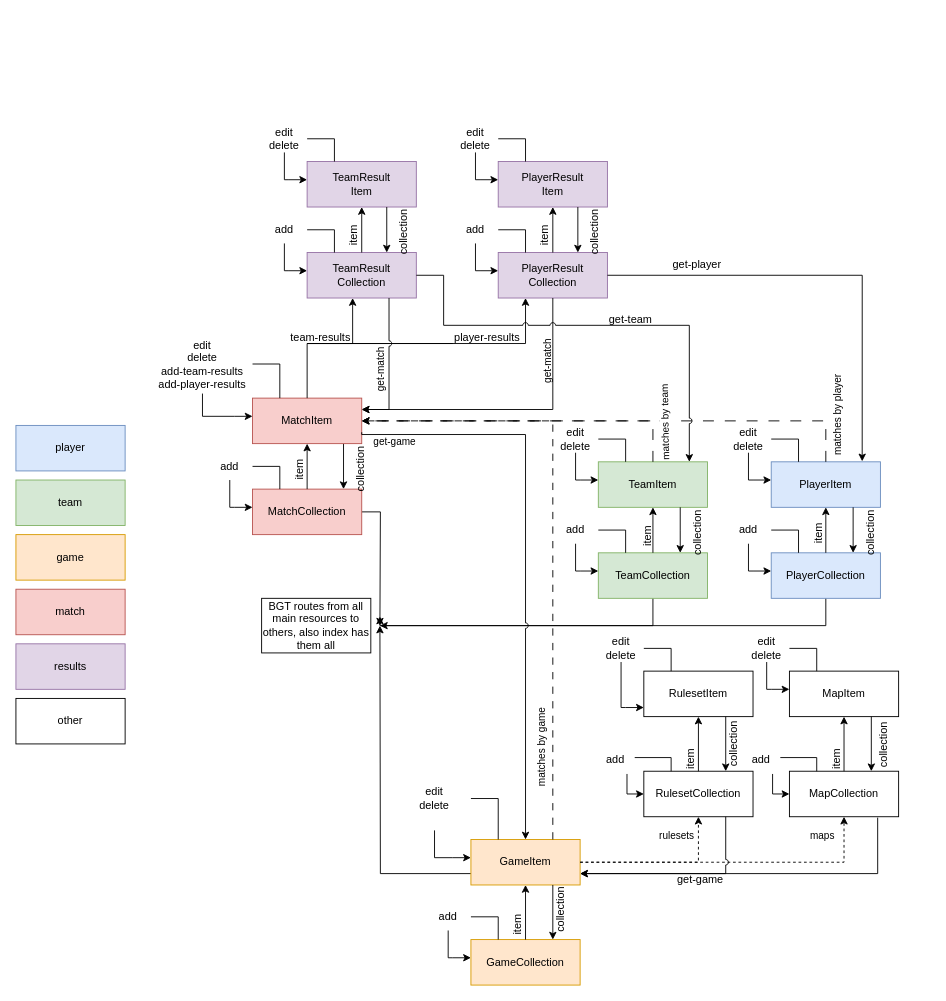
Earlier version of the draw.io diagram media/state-machine.drawio (oja89/BoardGameTracker). Source tidied: cells renumbered, new cells numbered last; positions are measured from the earlier drawing's top-left corner, leaving out a move shared by most shapes. Both pictures are drawn from the tidied source at 91%, with x=0, y=0 at pixel (15, 15).
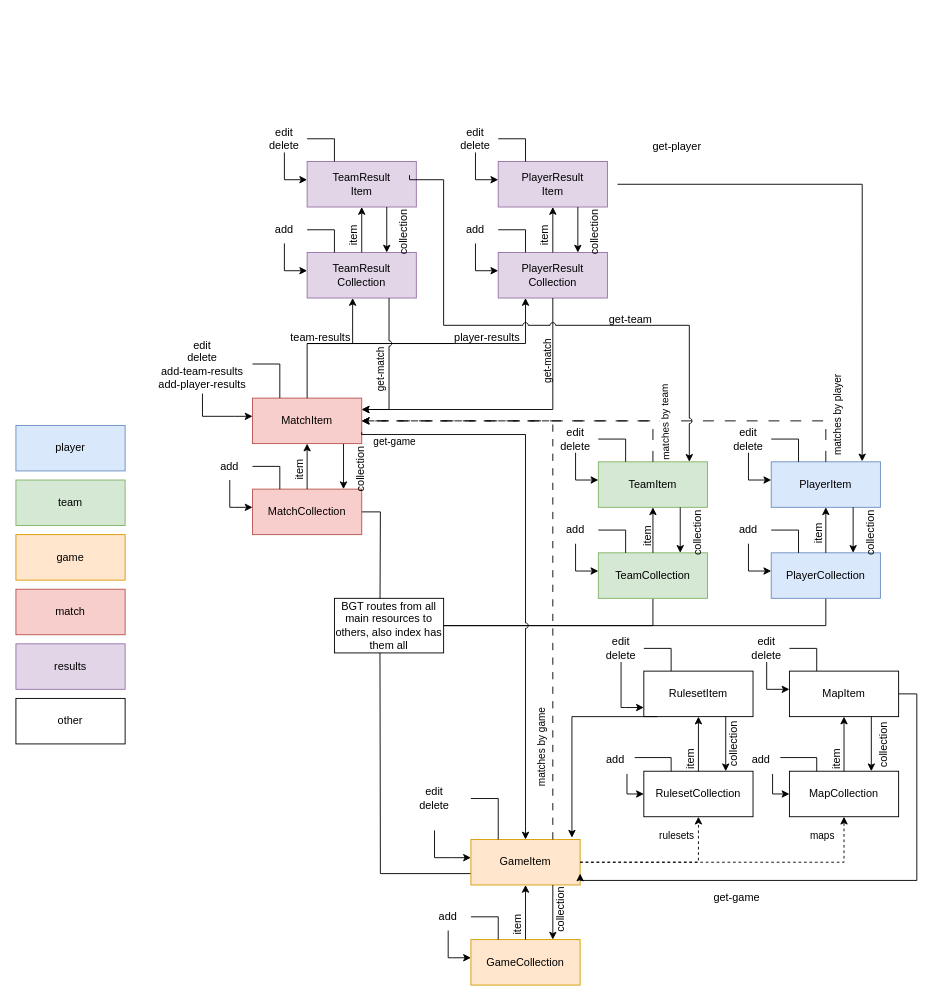
The same page after the edit.

Unchanged cells that the change refers to:
```xml
<mxCell id="33" value="GameItem" style="rounded=0;whiteSpace=wrap;html=1;fillColor=#ffe6cc;strokeColor=#d79b00;" parent="31" vertex="1">
  <mxGeometry x="50" y="40" width="120" height="50" as="geometry" />
</mxCell>
<mxCell id="40" value="&lt;div&gt;PlayerItem&lt;/div&gt;" style="rounded=0;whiteSpace=wrap;html=1;fillColor=#dae8fc;strokeColor=#6c8ebf;" parent="39" vertex="1">
  <mxGeometry x="50" y="40" width="120" height="50" as="geometry" />
</mxCell>
<mxCell id="77" value="&lt;div&gt;PlayerResult&lt;/div&gt;&lt;div&gt;Collection&lt;/div&gt;" style="rounded=0;whiteSpace=wrap;html=1;fillColor=#e1d5e7;strokeColor=#9673a6;" parent="76" vertex="1">
  <mxGeometry x="50" y="40" width="120" height="50" as="geometry" />
</mxCell>
<mxCell id="90" value="collection" style="text;whiteSpace=wrap;html=1;rotation=-90;" parent="82" vertex="1">
  <mxGeometry x="117.5" y="80" width="90" height="40" as="geometry" />
</mxCell>
<mxCell id="93" value="&lt;div&gt;TeamResult&lt;/div&gt;&lt;div&gt;Collection&lt;br&gt;&lt;/div&gt;" style="rounded=0;whiteSpace=wrap;html=1;fillColor=#e1d5e7;strokeColor=#9673a6;" parent="92" vertex="1">
  <mxGeometry x="50" y="40" width="120" height="50" as="geometry" />
</mxCell>
<mxCell id="106" value="collection" style="text;whiteSpace=wrap;html=1;rotation=-90;" parent="98" vertex="1">
  <mxGeometry x="117.5" y="80" width="90" height="40" as="geometry" />
</mxCell>
<mxCell id="113" value="MapCollection" style="rounded=0;whiteSpace=wrap;html=1;" parent="112" vertex="1">
  <mxGeometry x="50" y="40" width="120" height="50" as="geometry" />
</mxCell>
<mxCell id="122" value="MapItem" style="rounded=0;whiteSpace=wrap;html=1;" parent="121" vertex="1">
  <mxGeometry x="50" y="40" width="120" height="50" as="geometry" />
</mxCell>
<mxCell id="129" value="RulesetCollection" style="rounded=0;whiteSpace=wrap;html=1;" parent="128" vertex="1">
  <mxGeometry x="50" y="40" width="120" height="50" as="geometry" />
</mxCell>
<mxCell id="137" value="RulesetItem" style="rounded=0;whiteSpace=wrap;html=1;" parent="136" vertex="1">
  <mxGeometry x="50" y="20" width="120" height="50" as="geometry" />
</mxCell>
```

Change to the diagram source:
```diff
@@
-    <mxCell id="154" style="edgeStyle=orthogonalEdgeStyle;rounded=0;jettySize=auto;html=1;exitX=0.75;exitY=1;exitDx=0;exitDy=0;entryX=1;entryY=0.75;entryDx=0;entryDy=0;jumpStyle=arc;" parent="1" edge="1" source="129" target="33">
-      <mxGeometry relative="1" as="geometry" />
+    <mxCell id="154" style="edgeStyle=orthogonalEdgeStyle;rounded=0;jettySize=auto;html=1;exitX=0.125;exitY=1;exitDx=0;exitDy=0;entryX=0.925;entryY=-0.04;entryDx=0;entryDy=0;jumpStyle=arc;exitPerimeter=0;entryPerimeter=0;" parent="1" edge="1" source="137" target="33">
+      <mxGeometry relative="1" as="geometry">
+        <Array as="points">
+          <mxPoint x="611" y="770" />
+        </Array>
+      </mxGeometry>
     </mxCell>
-    <mxCell id="155" style="edgeStyle=orthogonalEdgeStyle;rounded=0;jettySize=auto;html=1;exitX=0.808;exitY=1.02;exitDx=0;exitDy=0;entryX=1;entryY=0.75;entryDx=0;entryDy=0;exitPerimeter=0;" parent="1" edge="1" source="113" target="33">
-      <mxGeometry relative="1" as="geometry" />
+    <mxCell id="155" style="edgeStyle=orthogonalEdgeStyle;rounded=0;jettySize=auto;html=1;exitX=1;exitY=0.5;exitDx=0;exitDy=0;entryX=1;entryY=0.75;entryDx=0;entryDy=0;" parent="1" edge="1" source="122" target="33">
+      <mxGeometry relative="1" as="geometry">
+        <Array as="points">
+          <mxPoint x="990" y="745" />
+          <mxPoint x="990" y="950" />
+          <mxPoint x="620" y="950" />
+        </Array>
+      </mxGeometry>
     </mxCell>
     <mxCell id="156" value="get-game" style="text;whiteSpace=wrap;html=1;" parent="1" vertex="1">
-      <mxGeometry x="725" y="935" width="80" height="40" as="geometry" />
+      <mxGeometry x="765" y="955" width="80" height="40" as="geometry" />
     </mxCell>
@@
-    <mxCell id="164" style="edgeStyle=orthogonalEdgeStyle;rounded=0;jettySize=auto;html=1;entryX=0.833;entryY=-0.01;entryDx=0;entryDy=0;entryPerimeter=0;" parent="1" edge="1" source="77" target="40">
+    <mxCell id="164" style="edgeStyle=orthogonalEdgeStyle;rounded=0;jettySize=auto;html=1;entryX=0.833;entryY=-0.01;entryDx=0;entryDy=0;entryPerimeter=0;exitX=0.889;exitY=0.963;exitDx=0;exitDy=0;exitPerimeter=0;" parent="1" edge="1" source="90" target="40">
       <mxGeometry relative="1" as="geometry" />
     </mxCell>
-    <mxCell id="165" style="edgeStyle=orthogonalEdgeStyle;rounded=0;jettySize=auto;html=1;exitX=1;exitY=0.5;exitDx=0;exitDy=0;jumpStyle=arc;" parent="1" edge="1" source="93">
+    <mxCell id="165" style="edgeStyle=orthogonalEdgeStyle;rounded=0;jettySize=auto;html=1;exitX=1;exitY=0.5;exitDx=0;exitDy=0;jumpStyle=arc;" parent="1" edge="1" source="106">
       <mxGeometry relative="1" as="geometry">
         <mxPoint x="740" y="490" as="targetPoint" />
         <Array as="points">
-          <mxPoint x="470" y="285" />
+          <mxPoint x="433" y="180" />
+          <mxPoint x="470" y="180" />
           <mxPoint x="470" y="340" />
           <mxPoint x="740" y="340" />
         </Array>
       </mxGeometry>
     </mxCell>
@@
     <mxCell id="167" value="get-player" style="text;whiteSpace=wrap;html=1;" parent="1" vertex="1">
-      <mxGeometry x="720" y="260" width="90" height="40" as="geometry" />
+      <mxGeometry x="697.5" y="130" width="90" height="40" as="geometry" />
     </mxCell>
@@
     <mxCell id="169" value="BGT routes from all main resources to others, also index has them all" style="rounded=0;whiteSpace=wrap;html=1;" parent="1" vertex="1">
-      <mxGeometry x="270" y="640" width="120" height="60" as="geometry" />
+      <mxGeometry x="350" y="640" width="120" height="60" as="geometry" />
     </mxCell>
```
